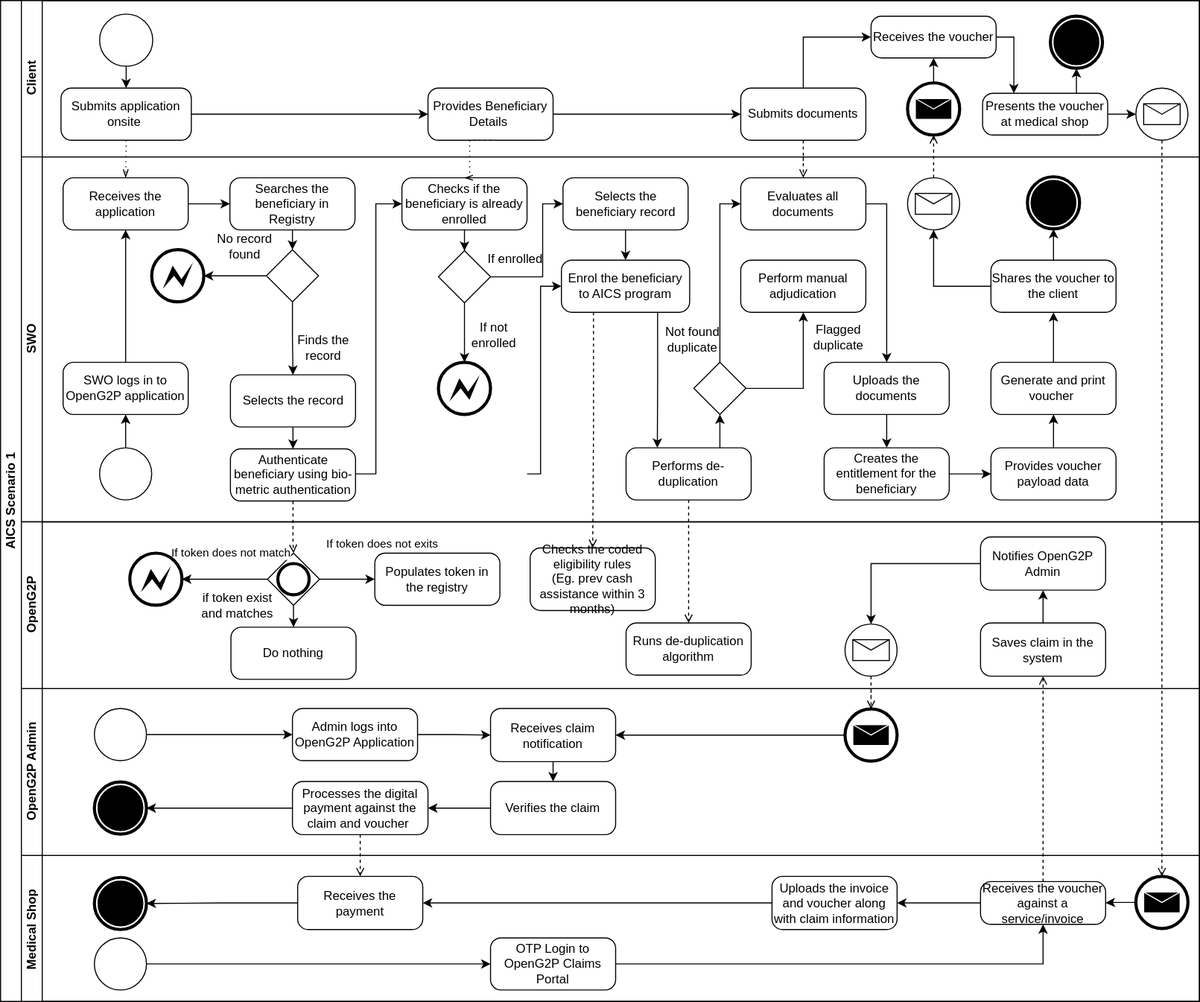
Earlier version of the draw.io export .gitbook/assets/scenario_a_bpmn.svg (OpenG2P/openg2p-documentation). Source tidied: cells renumbered, new cells last; positions are measured from the earlier drawing's top-left corner, leaving out a move shared by most shapes.
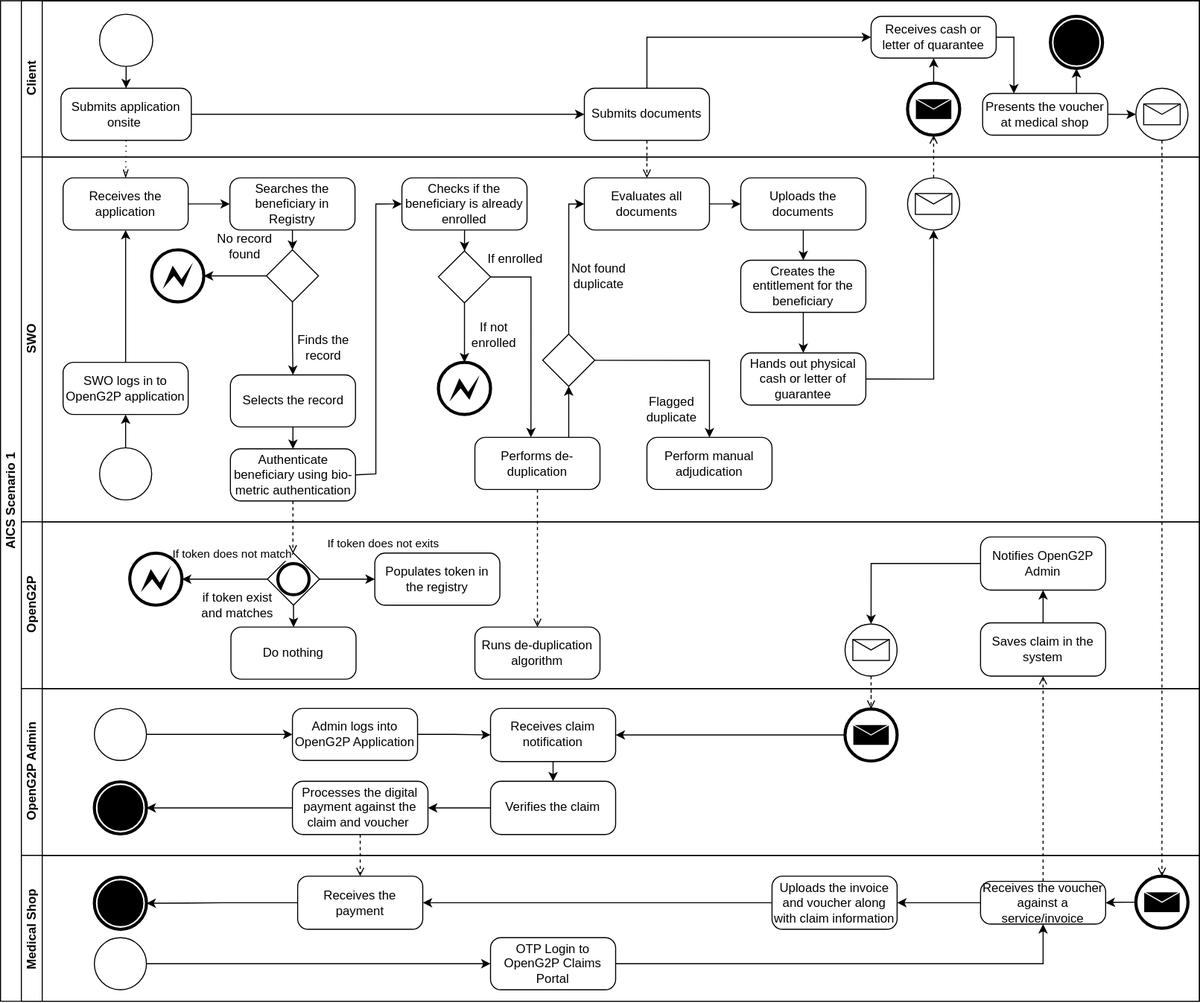
After the commit.

The edit, as a diff of the source:
```diff
@@ -16,3 +16,3 @@
     </mxCell>
-    <mxCell id="6" style="edgeStyle=orthogonalEdgeStyle;rounded=0;jettySize=auto;html=1;entryX=0;entryY=0.5;entryDx=0;entryDy=0;entryPerimeter=0;" parent="3" edge="1" source="7" target="9">
+    <mxCell id="6" style="edgeStyle=orthogonalEdgeStyle;rounded=0;jettySize=auto;html=1;entryX=0;entryY=0.5;entryDx=0;entryDy=0;entryPerimeter=0;" parent="3" edge="1" source="7" target="11">
       <mxGeometry relative="1" as="geometry" />
@@ -22,8 +22,2 @@
     </mxCell>
-    <mxCell id="8" style="edgeStyle=orthogonalEdgeStyle;rounded=0;jettySize=auto;html=1;entryX=0;entryY=0.5;entryDx=0;entryDy=0;entryPerimeter=0;" parent="3" edge="1" source="9" target="11">
-      <mxGeometry relative="1" as="geometry" />
-    </mxCell>
-    <mxCell id="9" value="Provides Beneficiary Details&amp;nbsp;" style="points=[[0.25,0,0],[0.5,0,0],[0.75,0,0],[1,0.25,0],[1,0.5,0],[1,0.75,0],[0.75,1,0],[0.5,1,0],[0.25,1,0],[0,0.75,0],[0,0.5,0],[0,0.25,0]];shape=mxgraph.bpmn.task;whiteSpace=wrap;rectStyle=rounded;size=10;html=1;taskMarker=abstract;" parent="3" vertex="1">
-      <mxGeometry x="390" y="84" width="120" height="50" as="geometry" />
-    </mxCell>
     <mxCell id="10" style="edgeStyle=orthogonalEdgeStyle;rounded=0;jettySize=auto;html=1;entryX=0;entryY=0.5;entryDx=0;entryDy=0;entryPerimeter=0;exitX=0.5;exitY=0;exitDx=0;exitDy=0;exitPerimeter=0;" parent="3" edge="1" source="11" target="15">
@@ -32,3 +26,3 @@
     <mxCell id="11" value="Submits documents" style="points=[[0.25,0,0],[0.5,0,0],[0.75,0,0],[1,0.25,0],[1,0.5,0],[1,0.75,0],[0.75,1,0],[0.5,1,0],[0.25,1,0],[0,0.75,0],[0,0.5,0],[0,0.25,0]];shape=mxgraph.bpmn.task;whiteSpace=wrap;rectStyle=rounded;size=10;html=1;taskMarker=abstract;" parent="3" vertex="1">
-      <mxGeometry x="690" y="84" width="120" height="50" as="geometry" />
+      <mxGeometry x="540" y="84" width="120" height="50" as="geometry" />
     </mxCell>
@@ -47,3 +41,3 @@
     </mxCell>
-    <mxCell id="15" value="Receives the voucher" style="points=[[0.25,0,0],[0.5,0,0],[0.75,0,0],[1,0.25,0],[1,0.5,0],[1,0.75,0],[0.75,1,0],[0.5,1,0],[0.25,1,0],[0,0.75,0],[0,0.5,0],[0,0.25,0]];shape=mxgraph.bpmn.task;whiteSpace=wrap;rectStyle=rounded;size=10;html=1;taskMarker=abstract;" parent="3" vertex="1">
+    <mxCell id="15" value="Receives cash or letter of quarantee" style="points=[[0.25,0,0],[0.5,0,0],[0.75,0,0],[1,0.25,0],[1,0.5,0],[1,0.75,0],[0.75,1,0],[0.5,1,0],[0.25,1,0],[0,0.75,0],[0,0.5,0],[0,0.25,0]];shape=mxgraph.bpmn.task;whiteSpace=wrap;rectStyle=rounded;size=10;html=1;taskMarker=abstract;" parent="3" vertex="1">
       <mxGeometry x="815" y="15" width="120" height="40" as="geometry" />
@@ -129,7 +123,6 @@
     </mxCell>
-    <mxCell id="38" style="edgeStyle=orthogonalEdgeStyle;rounded=0;jettySize=auto;html=1;entryX=0;entryY=0.5;entryDx=0;entryDy=0;entryPerimeter=0;" parent="21" edge="1" source="39" target="41">
+    <mxCell id="38" style="edgeStyle=orthogonalEdgeStyle;rounded=0;jettySize=auto;html=1;entryX=0.448;entryY=-0.003;entryDx=0;entryDy=0;entryPerimeter=0;" parent="21" edge="1" source="39" target="46">
       <mxGeometry relative="1" as="geometry">
         <Array as="points">
-          <mxPoint x="500" y="115" />
-          <mxPoint x="500" y="45" />
+          <mxPoint x="489" y="115" />
         </Array>
@@ -140,23 +133,2 @@
     </mxCell>
-    <mxCell id="40" style="edgeStyle=orthogonalEdgeStyle;rounded=0;jettySize=auto;html=1;exitX=0.5;exitY=1;exitDx=0;exitDy=0;exitPerimeter=0;" parent="21" edge="1" source="41" target="43">
-      <mxGeometry relative="1" as="geometry" />
-    </mxCell>
-    <mxCell id="41" value="Selects the beneficiary record" style="points=[[0.25,0,0],[0.5,0,0],[0.75,0,0],[1,0.25,0],[1,0.5,0],[1,0.75,0],[0.75,1,0],[0.5,1,0],[0.25,1,0],[0,0.75,0],[0,0.5,0],[0,0.25,0]];shape=mxgraph.bpmn.task;whiteSpace=wrap;rectStyle=rounded;size=10;html=1;taskMarker=abstract;" parent="21" vertex="1">
-      <mxGeometry x="519.5" y="20" width="120" height="50" as="geometry" />
-    </mxCell>
-    <mxCell id="42" style="edgeStyle=orthogonalEdgeStyle;rounded=0;jettySize=auto;html=1;entryX=0.25;entryY=0;entryDx=0;entryDy=0;entryPerimeter=0;exitX=0.75;exitY=1;exitDx=0;exitDy=0;exitPerimeter=0;" parent="21" edge="1" source="43" target="46">
-      <mxGeometry relative="1" as="geometry" />
-    </mxCell>
-    <mxCell id="43" value="Enrol the beneficiary to AICS program" style="points=[[0.25,0,0],[0.5,0,0],[0.75,0,0],[1,0.25,0],[1,0.5,0],[1,0.75,0],[0.75,1,0],[0.5,1,0],[0.25,1,0],[0,0.75,0],[0,0.5,0],[0,0.25,0]];shape=mxgraph.bpmn.task;whiteSpace=wrap;rectStyle=rounded;size=10;html=1;taskMarker=abstract;" parent="21" vertex="1">
-      <mxGeometry x="518" y="99" width="123" height="50" as="geometry" />
-    </mxCell>
-    <mxCell id="44" style="edgeStyle=orthogonalEdgeStyle;rounded=0;jettySize=auto;html=1;entryX=0;entryY=0.5;entryDx=0;entryDy=0;entryPerimeter=0;exitX=1;exitY=0.5;exitDx=0;exitDy=0;exitPerimeter=0;" parent="21" edge="1" target="43">
-      <mxGeometry relative="1" as="geometry">
-        <mxPoint x="485" y="304" as="sourcePoint" />
-        <Array as="points">
-          <mxPoint x="498" y="304" />
-          <mxPoint x="498" y="124" />
-        </Array>
-      </mxGeometry>
-    </mxCell>
     <mxCell id="45" style="edgeStyle=orthogonalEdgeStyle;rounded=0;jettySize=auto;html=1;entryX=0.5;entryY=1;entryDx=0;entryDy=0;entryPerimeter=0;exitX=0.75;exitY=0;exitDx=0;exitDy=0;exitPerimeter=0;" parent="21" edge="1" source="46" target="50">
@@ -165,6 +137,6 @@
     <mxCell id="46" value="Performs de-duplication" style="points=[[0.25,0,0],[0.5,0,0],[0.75,0,0],[1,0.25,0],[1,0.5,0],[1,0.75,0],[0.75,1,0],[0.5,1,0],[0.25,1,0],[0,0.75,0],[0,0.5,0],[0,0.25,0]];shape=mxgraph.bpmn.task;whiteSpace=wrap;rectStyle=rounded;size=10;html=1;taskMarker=abstract;" parent="21" vertex="1">
-      <mxGeometry x="580" y="279" width="120" height="50" as="geometry" />
+      <mxGeometry x="435" y="269" width="120" height="50" as="geometry" />
     </mxCell>
     <mxCell id="47" value="Perform manual adjudication" style="points=[[0.25,0,0],[0.5,0,0],[0.75,0,0],[1,0.25,0],[1,0.5,0],[1,0.75,0],[0.75,1,0],[0.5,1,0],[0.25,1,0],[0,0.75,0],[0,0.5,0],[0,0.25,0]];shape=mxgraph.bpmn.task;whiteSpace=wrap;rectStyle=rounded;size=10;html=1;taskMarker=abstract;" parent="21" vertex="1">
-      <mxGeometry x="690" y="99" width="120" height="50" as="geometry" />
+      <mxGeometry x="600" y="269" width="120" height="50" as="geometry" />
     </mxCell>
@@ -176,4 +148,4 @@
         <Array as="points">
-          <mxPoint x="670" y="209" />
-          <mxPoint x="670" y="45" />
+          <mxPoint x="525" y="69" />
+          <mxPoint x="525" y="69" />
         </Array>
@@ -182,15 +154,11 @@
     <mxCell id="50" style="points=[[0.25,0.25,0],[0.5,0,0],[0.75,0.25,0],[1,0.5,0],[0.75,0.75,0],[0.5,1,0],[0.25,0.75,0],[0,0.5,0]];shape=mxgraph.bpmn.gateway2;html=1;verticalLabelPosition=bottom;labelBackgroundColor=#ffffff;verticalAlign=top;align=center;perimeter=rhombusPerimeter;outlineConnect=0;outline=none;symbol=none;" parent="21" vertex="1">
-      <mxGeometry x="645" y="197" width="50" height="50" as="geometry" />
+      <mxGeometry x="500" y="170" width="50" height="50" as="geometry" />
     </mxCell>
-    <mxCell id="51" style="edgeStyle=orthogonalEdgeStyle;rounded=0;jettySize=auto;html=1;exitX=1;exitY=0.5;exitDx=0;exitDy=0;exitPerimeter=0;entryX=0.5;entryY=0;entryDx=0;entryDy=0;entryPerimeter=0;" parent="21" edge="1" source="52" target="54">
-      <mxGeometry relative="1" as="geometry">
-        <Array as="points">
-          <mxPoint x="830" y="45" />
-        </Array>
-      </mxGeometry>
+    <mxCell id="51" style="edgeStyle=orthogonalEdgeStyle;rounded=0;jettySize=auto;html=1;exitX=1;exitY=0.5;exitDx=0;exitDy=0;exitPerimeter=0;entryX=0;entryY=0.5;entryDx=0;entryDy=0;entryPerimeter=0;" parent="21" edge="1" source="52" target="54">
+      <mxGeometry relative="1" as="geometry" />
     </mxCell>
     <mxCell id="52" value="Evaluates all documents" style="points=[[0.25,0,0],[0.5,0,0],[0.75,0,0],[1,0.25,0],[1,0.5,0],[1,0.75,0],[0.75,1,0],[0.5,1,0],[0.25,1,0],[0,0.75,0],[0,0.5,0],[0,0.25,0]];shape=mxgraph.bpmn.task;whiteSpace=wrap;rectStyle=rounded;size=10;html=1;taskMarker=abstract;" parent="21" vertex="1">
-      <mxGeometry x="690" y="20" width="120" height="50" as="geometry" />
+      <mxGeometry x="540" y="20" width="120" height="50" as="geometry" />
     </mxCell>
-    <mxCell id="53" style="edgeStyle=orthogonalEdgeStyle;rounded=0;jettySize=auto;html=1;" parent="21" edge="1" source="54" target="56">
+    <mxCell id="53" style="edgeStyle=orthogonalEdgeStyle;rounded=0;jettySize=auto;html=1;exitX=0.5;exitY=1;exitDx=0;exitDy=0;exitPerimeter=0;" parent="21" edge="1" source="54" target="56">
       <mxGeometry relative="1" as="geometry" />
@@ -198,31 +166,13 @@
     <mxCell id="54" value="Uploads the documents" style="points=[[0.25,0,0],[0.5,0,0],[0.75,0,0],[1,0.25,0],[1,0.5,0],[1,0.75,0],[0.75,1,0],[0.5,1,0],[0.25,1,0],[0,0.75,0],[0,0.5,0],[0,0.25,0]];shape=mxgraph.bpmn.task;whiteSpace=wrap;rectStyle=rounded;size=10;html=1;taskMarker=abstract;" parent="21" vertex="1">
-      <mxGeometry x="770" y="197" width="120" height="50" as="geometry" />
+      <mxGeometry x="690" y="20" width="120" height="50" as="geometry" />
     </mxCell>
-    <mxCell id="55" style="edgeStyle=orthogonalEdgeStyle;rounded=0;jettySize=auto;html=1;entryX=0;entryY=0.5;entryDx=0;entryDy=0;entryPerimeter=0;" parent="21" edge="1" source="56" target="58">
-      <mxGeometry relative="1" as="geometry" />
-    </mxCell>
+    <mxCell id="133" style="edgeStyle=orthogonalEdgeStyle;rounded=0;jettySize=auto;html=1;entryX=0.5;entryY=0;entryDx=0;entryDy=0;entryPerimeter=0;" parent="21" edge="1" source="56" target="134">
+      <mxGeometry relative="1" as="geometry" />
+    </mxCell>
     <mxCell id="56" value="Creates the entitlement for the beneficiary" style="points=[[0.25,0,0],[0.5,0,0],[0.75,0,0],[1,0.25,0],[1,0.5,0],[1,0.75,0],[0.75,1,0],[0.5,1,0],[0.25,1,0],[0,0.75,0],[0,0.5,0],[0,0.25,0]];shape=mxgraph.bpmn.task;whiteSpace=wrap;rectStyle=rounded;size=10;html=1;taskMarker=abstract;" parent="21" vertex="1">
-      <mxGeometry x="770" y="279" width="120" height="50" as="geometry" />
+      <mxGeometry x="690" y="99" width="120" height="50" as="geometry" />
     </mxCell>
-    <mxCell id="57" style="edgeStyle=orthogonalEdgeStyle;rounded=0;jettySize=auto;html=1;entryX=0.5;entryY=1;entryDx=0;entryDy=0;entryPerimeter=0;" parent="21" edge="1" source="58" target="60">
-      <mxGeometry relative="1" as="geometry" />
-    </mxCell>
-    <mxCell id="58" value="Provides voucher payload data" style="points=[[0.25,0,0],[0.5,0,0],[0.75,0,0],[1,0.25,0],[1,0.5,0],[1,0.75,0],[0.75,1,0],[0.5,1,0],[0.25,1,0],[0,0.75,0],[0,0.5,0],[0,0.25,0]];shape=mxgraph.bpmn.task;whiteSpace=wrap;rectStyle=rounded;size=10;html=1;taskMarker=abstract;" parent="21" vertex="1">
-      <mxGeometry x="930" y="279" width="120" height="50" as="geometry" />
-    </mxCell>
-    <mxCell id="59" style="edgeStyle=orthogonalEdgeStyle;rounded=0;jettySize=auto;html=1;entryX=0.5;entryY=1;entryDx=0;entryDy=0;entryPerimeter=0;" parent="21" edge="1" source="60" target="63">
-      <mxGeometry relative="1" as="geometry" />
-    </mxCell>
-    <mxCell id="60" value="Generate and print voucher&amp;nbsp;" style="points=[[0.25,0,0],[0.5,0,0],[0.75,0,0],[1,0.25,0],[1,0.5,0],[1,0.75,0],[0.75,1,0],[0.5,1,0],[0.25,1,0],[0,0.75,0],[0,0.5,0],[0,0.25,0]];shape=mxgraph.bpmn.task;whiteSpace=wrap;rectStyle=rounded;size=10;html=1;taskMarker=abstract;" parent="21" vertex="1">
-      <mxGeometry x="930" y="197" width="120" height="50" as="geometry" />
-    </mxCell>
-    <mxCell id="61" style="edgeStyle=orthogonalEdgeStyle;rounded=0;jettySize=auto;html=1;" parent="21" edge="1" source="63" target="64">
+    <mxCell id="61" style="edgeStyle=orthogonalEdgeStyle;rounded=0;jettySize=auto;html=1;exitX=1;exitY=0.5;exitDx=0;exitDy=0;exitPerimeter=0;" parent="21" edge="1" source="134" target="64">
       <mxGeometry relative="1" as="geometry" />
     </mxCell>
-    <mxCell id="62" style="edgeStyle=orthogonalEdgeStyle;rounded=0;jettySize=auto;html=1;exitX=0.5;exitY=0;exitDx=0;exitDy=0;exitPerimeter=0;" parent="21" edge="1" source="63" target="73">
-      <mxGeometry relative="1" as="geometry" />
-    </mxCell>
-    <mxCell id="63" value="Shares the voucher to the client" style="points=[[0.25,0,0],[0.5,0,0],[0.75,0,0],[1,0.25,0],[1,0.5,0],[1,0.75,0],[0.75,1,0],[0.5,1,0],[0.25,1,0],[0,0.75,0],[0,0.5,0],[0,0.25,0]];shape=mxgraph.bpmn.task;whiteSpace=wrap;rectStyle=rounded;size=10;html=1;taskMarker=abstract;" parent="21" vertex="1">
-      <mxGeometry x="930" y="99" width="120" height="50" as="geometry" />
-    </mxCell>
     <mxCell id="64" style="points=[[0.145,0.145,0],[0.5,0,0],[0.855,0.145,0],[1,0.5,0],[0.855,0.855,0],[0.5,1,0],[0.145,0.855,0],[0,0.5,0]];shape=mxgraph.bpmn.event;html=1;verticalLabelPosition=bottom;labelBackgroundColor=#ffffff;verticalAlign=top;align=center;perimeter=ellipsePerimeter;outlineConnect=0;outline=standard;symbol=message;" parent="21" vertex="1">
@@ -249,10 +199,7 @@
     <mxCell id="71" value="Flagged duplicate" style="text;html=1;strokeColor=none;fillColor=none;align=center;verticalAlign=middle;whiteSpace=wrap;rounded=0;" parent="21" vertex="1">
-      <mxGeometry x="750" y="168" width="68" height="10" as="geometry" />
+      <mxGeometry x="590" y="237" width="68" height="10" as="geometry" />
     </mxCell>
     <mxCell id="72" value="Not found duplicate" style="text;html=1;strokeColor=none;fillColor=none;align=center;verticalAlign=middle;whiteSpace=wrap;rounded=0;" parent="21" vertex="1">
-      <mxGeometry x="610" y="170" width="68" height="10" as="geometry" />
+      <mxGeometry x="520" y="109" width="68" height="10" as="geometry" />
     </mxCell>
-    <mxCell id="73" style="points=[[0.145,0.145,0],[0.5,0,0],[0.855,0.145,0],[1,0.5,0],[0.855,0.855,0],[0.5,1,0],[0.145,0.855,0],[0,0.5,0]];shape=mxgraph.bpmn.event;html=1;verticalLabelPosition=bottom;labelBackgroundColor=#ffffff;verticalAlign=top;align=center;perimeter=ellipsePerimeter;outlineConnect=0;outline=end;symbol=terminate;" parent="21" vertex="1">
-      <mxGeometry x="965" y="19" width="50" height="50" as="geometry" />
-    </mxCell>
     <mxCell id="74" style="points=[[0.145,0.145,0],[0.5,0,0],[0.855,0.145,0],[1,0.5,0],[0.855,0.855,0],[0.5,1,0],[0.145,0.855,0],[0,0.5,0]];shape=mxgraph.bpmn.event;html=1;verticalLabelPosition=bottom;labelBackgroundColor=#ffffff;verticalAlign=top;align=center;perimeter=ellipsePerimeter;outlineConnect=0;outline=end;symbol=error;" parent="21" vertex="1">
@@ -263,2 +210,5 @@
     </mxCell>
+    <mxCell id="134" value="Hands out physical cash or letter of guarantee" style="points=[[0.25,0,0],[0.5,0,0],[0.75,0,0],[1,0.25,0],[1,0.5,0],[1,0.75,0],[0.75,1,0],[0.5,1,0],[0.25,1,0],[0,0.75,0],[0,0.5,0],[0,0.25,0]];shape=mxgraph.bpmn.task;whiteSpace=wrap;rectStyle=rounded;size=10;html=1;taskMarker=abstract;" parent="21" vertex="1">
+      <mxGeometry x="690" y="188" width="120" height="50" as="geometry" />
+    </mxCell>
     <mxCell id="76" value="OpenG2P" style="swimlane;html=1;startSize=20;horizontal=0;" parent="2" vertex="1">
@@ -300,7 +250,4 @@
     </mxCell>
-    <mxCell id="87" value="Checks the coded eligibility rules&lt;br&gt;(Eg. prev cash assistance within 3 months)" style="points=[[0.25,0,0],[0.5,0,0],[0.75,0,0],[1,0.25,0],[1,0.5,0],[1,0.75,0],[0.75,1,0],[0.5,1,0],[0.25,1,0],[0,0.75,0],[0,0.5,0],[0,0.25,0]];shape=mxgraph.bpmn.task;whiteSpace=wrap;rectStyle=rounded;size=10;html=1;taskMarker=abstract;" parent="76" vertex="1">
-      <mxGeometry x="488" y="25" width="120" height="60" as="geometry" />
-    </mxCell>
     <mxCell id="88" value="Runs de-duplication algorithm" style="points=[[0.25,0,0],[0.5,0,0],[0.75,0,0],[1,0.25,0],[1,0.5,0],[1,0.75,0],[0.75,1,0],[0.5,1,0],[0.25,1,0],[0,0.75,0],[0,0.5,0],[0,0.25,0]];shape=mxgraph.bpmn.task;whiteSpace=wrap;rectStyle=rounded;size=10;html=1;taskMarker=abstract;" parent="76" vertex="1">
-      <mxGeometry x="580" y="97" width="120" height="50" as="geometry" />
+      <mxGeometry x="435" y="101" width="120" height="50" as="geometry" />
     </mxCell>
@@ -378,10 +325,2 @@
     </mxCell>
-    <mxCell id="109" style="edgeStyle=elbowEdgeStyle;fontSize=12;html=1;endFill=0;startFill=0;endSize=6;startSize=6;dashed=1;dashPattern=1 4;endArrow=openThin;startArrow=none;rounded=0;exitX=0.5;exitY=1;exitDx=0;exitDy=0;exitPerimeter=0;entryX=0.5;entryY=0;entryDx=0;entryDy=0;entryPerimeter=0;" parent="2" edge="1" source="9" target="35">
-      <mxGeometry relative="1" as="geometry">
-        <Array as="points">
-          <mxPoint x="450" y="149" />
-          <mxPoint x="735" y="180" />
-        </Array>
-      </mxGeometry>
-    </mxCell>
     <mxCell id="110" style="edgeStyle=orthogonalEdgeStyle;rounded=0;jettySize=auto;html=1;dashed=1;endArrow=open;endFill=0;exitX=0.5;exitY=1;exitDx=0;exitDy=0;exitPerimeter=0;" parent="2" edge="1" source="33" target="77">
@@ -394,5 +333,2 @@
     </mxCell>
-    <mxCell id="111" style="edgeStyle=orthogonalEdgeStyle;rounded=0;jettySize=auto;html=1;entryX=0.5;entryY=0;entryDx=0;entryDy=0;entryPerimeter=0;dashed=1;endArrow=open;endFill=0;exitX=0.25;exitY=1;exitDx=0;exitDy=0;exitPerimeter=0;" parent="2" edge="1" source="43" target="87">
-      <mxGeometry relative="1" as="geometry" />
-    </mxCell>
     <mxCell id="112" style="edgeStyle=orthogonalEdgeStyle;rounded=0;jettySize=auto;html=1;exitX=0.5;exitY=1;exitDx=0;exitDy=0;exitPerimeter=0;endArrow=open;endFill=0;dashed=1;" parent="2" edge="1" source="46" target="88">
```
